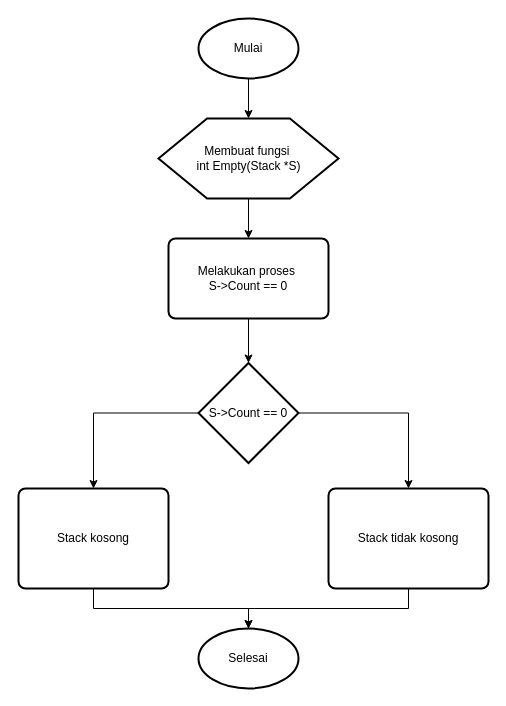
The draw.io diagram 2/Flowchart Pendahuluan 2.2 .drawio in Menguncups/Algoritma-dan-Struktur-data, before the edit. Source tidied: cells renumbered, new cells numbered last; positions are measured from the earlier drawing's top-left corner, leaving out a move shared by most shapes. Both pictures are drawn from the tidied source at 100%, with x=0, y=0 at pixel (18, 18).
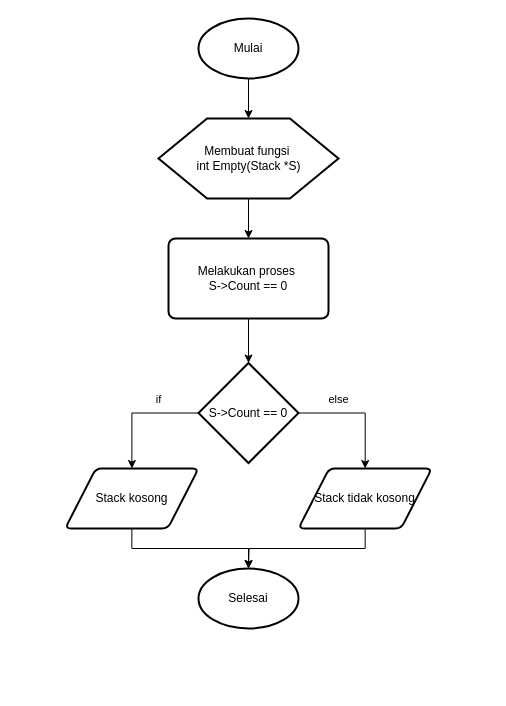
The same page after the edit.

What changed in the source:
```diff
@@
 <mxGraphModel>
   <root>
     <mxCell id="0" />
     <mxCell id="1" parent="0" />
     <mxCell id="2" style="edgeStyle=orthogonalEdgeStyle;rounded=0;jettySize=auto;html=1;exitX=0.5;exitY=1;exitDx=0;exitDy=0;exitPerimeter=0;entryX=0.5;entryY=0;entryDx=0;entryDy=0;" parent="1" edge="1" source="3" target="6">
       <mxGeometry relative="1" as="geometry" />
     </mxCell>
     <mxCell id="3" value="Mulai" style="strokeWidth=2;html=1;shape=mxgraph.flowchart.start_1;whiteSpace=wrap;" parent="1" vertex="1">
       <mxGeometry x="180" width="100" height="60" as="geometry" />
     </mxCell>
     <mxCell id="4" value="Selesai" style="strokeWidth=2;html=1;shape=mxgraph.flowchart.start_1;whiteSpace=wrap;" parent="1" vertex="1">
-      <mxGeometry x="180" y="610" width="100" height="60" as="geometry" />
+      <mxGeometry x="180" y="550" width="100" height="60" as="geometry" />
     </mxCell>
     <mxCell id="5" style="edgeStyle=orthogonalEdgeStyle;rounded=0;jettySize=auto;html=1;exitX=0.5;exitY=1;exitDx=0;exitDy=0;entryX=0.5;entryY=0;entryDx=0;entryDy=0;" parent="1" edge="1" source="6" target="7">
       <mxGeometry relative="1" as="geometry" />
     </mxCell>
     <mxCell id="6" value="Membuat fungsi&amp;nbsp;&lt;div&gt;int Empty(Stack *S)&lt;/div&gt;" style="verticalLabelPosition=middle;verticalAlign=middle;html=1;shape=hexagon;perimeter=hexagonPerimeter2;arcSize=6;size=0.27;strokeWidth=2;labelPosition=center;align=center;" parent="1" vertex="1">
       <mxGeometry x="140" y="100" width="180" height="80" as="geometry" />
     </mxCell>
     <mxCell id="7" value="Melakukan proses&amp;nbsp;&lt;div&gt;S-&amp;gt;Count == 0&lt;/div&gt;" style="rounded=1;whiteSpace=wrap;html=1;absoluteArcSize=1;arcSize=14;strokeWidth=2;" parent="1" vertex="1">
       <mxGeometry x="150" y="220" width="160" height="80" as="geometry" />
     </mxCell>
+    <mxCell id="9" value="else" style="edgeStyle=orthogonalEdgeStyle;rounded=0;jettySize=auto;html=1;exitX=1;exitY=0.5;exitDx=0;exitDy=0;exitPerimeter=0;" parent="1" edge="1" source="10" target="11">
+      <mxGeometry x="-0.35" y="14" relative="1" as="geometry" />
+    </mxCell>
-    <mxCell id="8" style="edgeStyle=orthogonalEdgeStyle;rounded=0;jettySize=auto;html=1;exitX=0;exitY=0.5;exitDx=0;exitDy=0;exitPerimeter=0;entryX=0.5;entryY=0;entryDx=0;entryDy=0;" parent="1" edge="1" source="10" target="13">
-      <mxGeometry relative="1" as="geometry" />
+    <mxCell id="8" value="if" style="edgeStyle=orthogonalEdgeStyle;rounded=0;jettySize=auto;html=1;exitX=0;exitY=0.5;exitDx=0;exitDy=0;exitPerimeter=0;" parent="1" edge="1" source="10" target="13">
+      <mxGeometry x="-0.34" y="-14" relative="1" as="geometry" />
     </mxCell>
-    <mxCell id="9" style="edgeStyle=orthogonalEdgeStyle;rounded=0;jettySize=auto;html=1;exitX=1;exitY=0.5;exitDx=0;exitDy=0;exitPerimeter=0;entryX=0.5;entryY=0;entryDx=0;entryDy=0;" parent="1" edge="1" source="10" target="11">
-      <mxGeometry relative="1" as="geometry" />
-    </mxCell>
     <mxCell id="10" value="S-&amp;gt;Count == 0" style="strokeWidth=2;html=1;shape=mxgraph.flowchart.decision;whiteSpace=wrap;" parent="1" vertex="1">
       <mxGeometry x="180" y="344.5" width="100" height="100" as="geometry" />
     </mxCell>
+    <mxCell id="15" style="edgeStyle=orthogonalEdgeStyle;rounded=0;jettySize=auto;html=1;exitX=0.5;exitY=1;exitDx=0;exitDy=0;entryX=0.5;entryY=0;entryDx=0;entryDy=0;entryPerimeter=0;" parent="1" edge="1" source="7" target="10">
+      <mxGeometry relative="1" as="geometry" />
+    </mxCell>
+    <mxCell id="13" value="Stack kosong" style="shape=parallelogram;html=1;strokeWidth=2;perimeter=parallelogramPerimeter;whiteSpace=wrap;rounded=1;arcSize=12;size=0.23;" parent="1" vertex="1">
+      <mxGeometry x="46.7" y="450" width="133.3" height="60" as="geometry" />
+    </mxCell>
+    <mxCell id="16" style="edgeStyle=orthogonalEdgeStyle;rounded=0;jettySize=auto;html=1;exitX=0.5;exitY=1;exitDx=0;exitDy=0;" parent="1" edge="1" source="11">
+      <mxGeometry relative="1" as="geometry">
+        <mxPoint x="230" y="550" as="targetPoint" />
+      </mxGeometry>
+    </mxCell>
-    <mxCell id="11" value="Stack tidak kosong" style="rounded=1;whiteSpace=wrap;html=1;absoluteArcSize=1;arcSize=14;strokeWidth=2;" parent="1" vertex="1">
-      <mxGeometry x="310" y="470" width="160" height="100" as="geometry" />
+    <mxCell id="11" value="Stack tidak kosong" style="shape=parallelogram;html=1;strokeWidth=2;perimeter=parallelogramPerimeter;whiteSpace=wrap;rounded=1;arcSize=12;size=0.23;" parent="1" vertex="1">
+      <mxGeometry x="280" y="450" width="133.3" height="60" as="geometry" />
     </mxCell>
-    <mxCell id="12" style="edgeStyle=orthogonalEdgeStyle;rounded=0;jettySize=auto;html=1;exitX=0.5;exitY=1;exitDx=0;exitDy=0;" parent="1" edge="1" source="13" target="4">
+    <mxCell id="12" style="edgeStyle=orthogonalEdgeStyle;rounded=0;jettySize=auto;html=1;exitX=0.5;exitY=1;exitDx=0;exitDy=0;entryX=0.5;entryY=0;entryDx=0;entryDy=0;entryPerimeter=0;" parent="1" edge="1" source="13" target="4">
       <mxGeometry relative="1" as="geometry" />
     </mxCell>
-    <mxCell id="13" value="Stack kosong" style="rounded=1;whiteSpace=wrap;html=1;absoluteArcSize=1;arcSize=14;strokeWidth=2;" parent="1" vertex="1">
-      <mxGeometry y="470" width="150" height="100" as="geometry" />
-    </mxCell>
-    <mxCell id="14" style="edgeStyle=orthogonalEdgeStyle;rounded=0;jettySize=auto;html=1;exitX=0.5;exitY=1;exitDx=0;exitDy=0;entryX=0.5;entryY=0;entryDx=0;entryDy=0;entryPerimeter=0;" parent="1" edge="1" source="11" target="4">
-      <mxGeometry relative="1" as="geometry" />
-    </mxCell>
-    <mxCell id="15" style="edgeStyle=orthogonalEdgeStyle;rounded=0;jettySize=auto;html=1;exitX=0.5;exitY=1;exitDx=0;exitDy=0;entryX=0.5;entryY=0;entryDx=0;entryDy=0;entryPerimeter=0;" parent="1" edge="1" source="7" target="10">
-      <mxGeometry relative="1" as="geometry" />
-    </mxCell>
   </root>
 </mxGraphModel>
```
